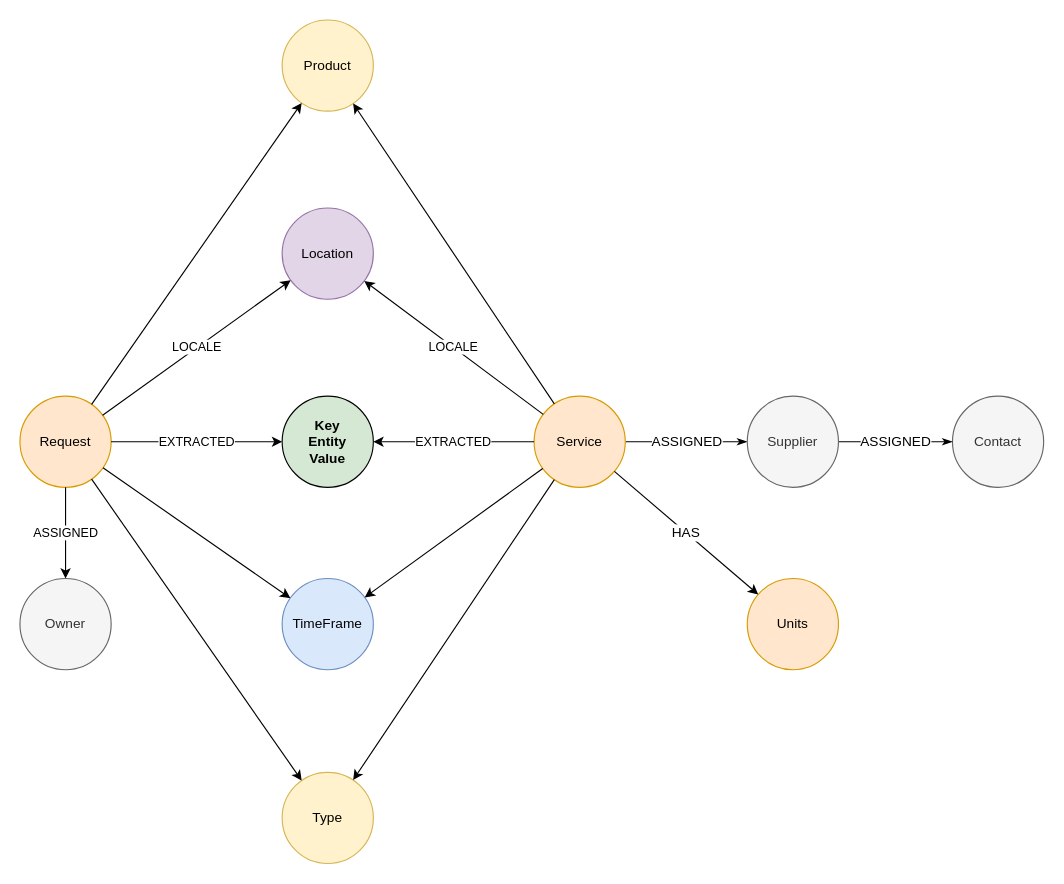
Above: page "Matching Pattern" (14 of 17) of images/COVID19.Catalogue.drawio in ThatDaveStevens/covid19CatalogServices (draw.io), before the change. Source tidied: cells renumbered, new cells numbered last; positions are measured from the earlier drawing's top-left corner, leaving out a move shared by most shapes. Both pictures are drawn from the tidied source at 114%, with x=0, y=0 at pixel (19, 19).
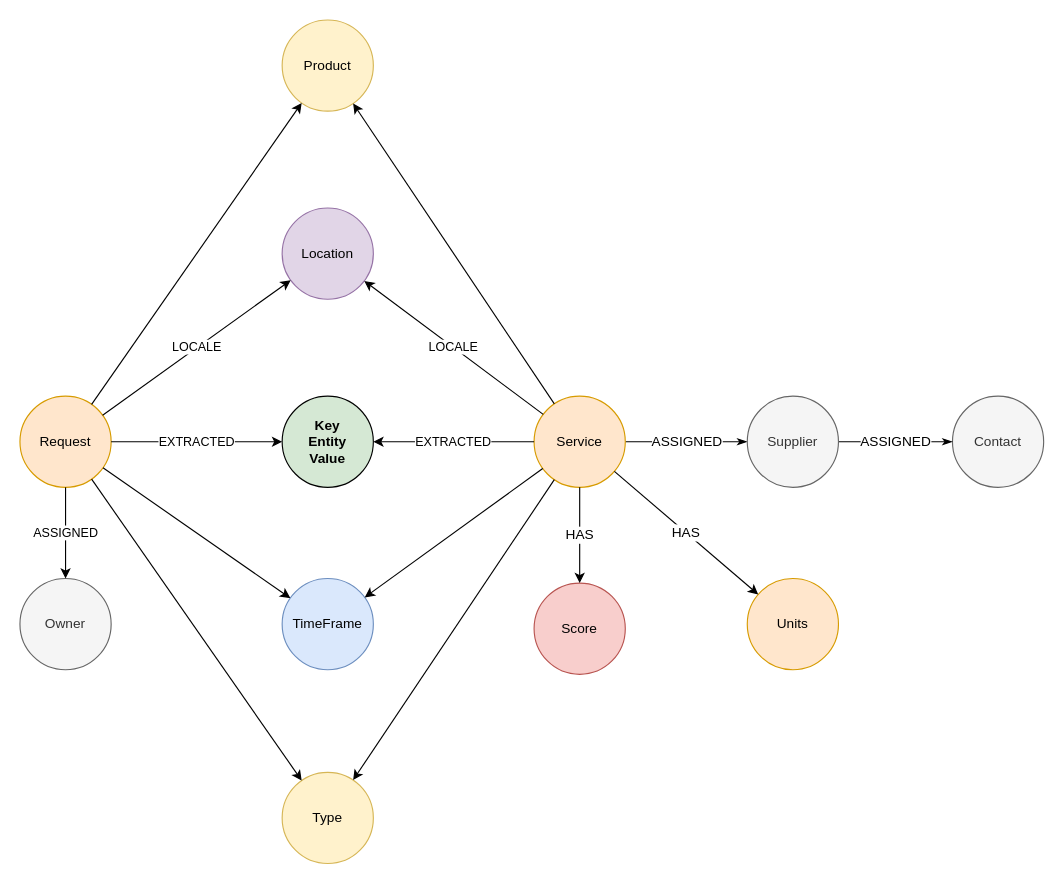
After the change.

The change refers to these unchanged cells:
```xml
<mxCell id="6" value="Service" style="ellipse;whiteSpace=wrap;html=1;fillColor=#ffe6cc;strokeColor=#d79b00;" parent="1" vertex="1">
  <mxGeometry x="451" y="330" width="80" height="80" as="geometry" />
</mxCell>
```

Diff of the diagram source:
```diff
@@
+    <mxCell id="27" value="Score" style="ellipse;whiteSpace=wrap;html=1;fontSize=12;fillColor=#f8cecc;strokeColor=#b85450;" parent="1" vertex="1">
+      <mxGeometry x="451" y="494" width="80" height="80" as="geometry" />
+    </mxCell>
+    <mxCell id="28" value="HAS" style="endArrow=classic;html=1;fontSize=12;" parent="1" edge="1" source="6" target="27">
+      <mxGeometry relative="1" as="geometry" />
+    </mxCell>
```
